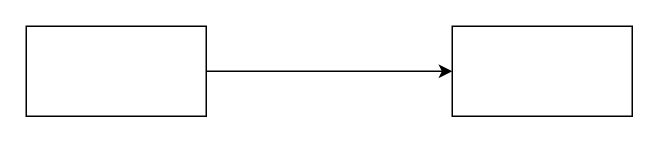
Earlier version of the draw.io diagram Untitled Diagram.drawio (SlavaVedernikov/tshirtmaker). Source tidied: cells renumbered, new cells numbered last; positions are measured from the earlier drawing's top-left corner, leaving out a move shared by most shapes. Both pictures are drawn from the tidied source at 150%, with x=0, y=0 at pixel (26, 26).
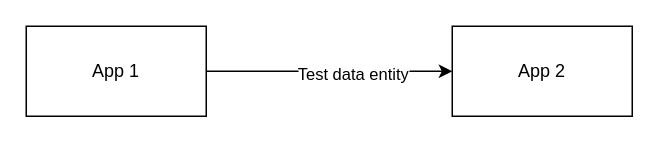
The same diagram, later.

Diff of the diagram source:
```diff
@@
 <mxGraphModel>
   <root>
     <mxCell id="0" />
     <mxCell id="1" parent="0" />
     <mxCell id="2" style="edgeStyle=orthogonalEdgeStyle;rounded=0;jettySize=auto;html=1;exitX=1;exitY=0.5;exitDx=0;exitDy=0;entryX=0;entryY=0.5;entryDx=0;entryDy=0;" parent="1" edge="1" source="3" target="4">
       <mxGeometry relative="1" as="geometry" />
     </mxCell>
+    <mxCell id="5" value="Test data entity" style="edgeLabel;html=1;align=center;verticalAlign=middle;" parent="2" vertex="1">
+      <mxGeometry x="0.18" y="-1" relative="1" as="geometry" />
+    </mxCell>
-    <mxCell id="3" style="rounded=0;whiteSpace=wrap;html=1;" parent="1" vertex="1">
+    <mxCell id="3" value="App 1" style="rounded=0;whiteSpace=wrap;html=1;" parent="1" vertex="1">
       <mxGeometry width="120" height="60" as="geometry" />
     </mxCell>
-    <mxCell id="4" style="rounded=0;whiteSpace=wrap;html=1;" parent="1" vertex="1">
+    <mxCell id="4" value="App 2" style="rounded=0;whiteSpace=wrap;html=1;" parent="1" vertex="1">
       <mxGeometry x="284" width="120" height="60" as="geometry" />
     </mxCell>
   </root>
 </mxGraphModel>
```
